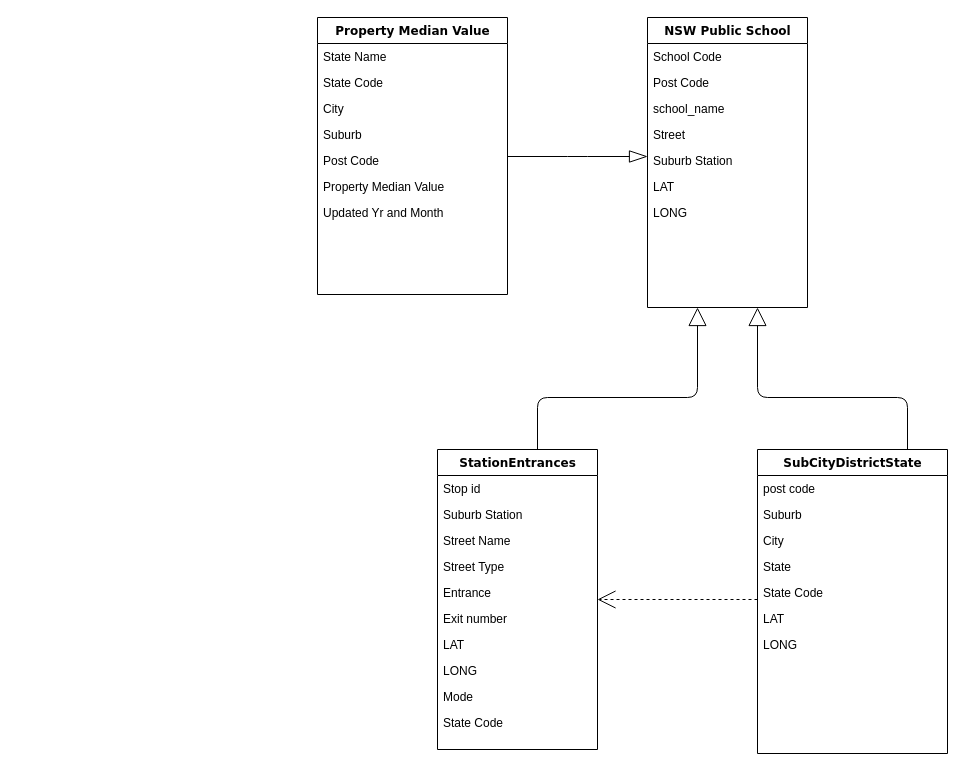
Earlier version of the draw.io diagram Untitled Diagram.drawio (slng09/industrial-connect-onboarding-task). Source tidied: cells renumbered, new cells numbered last; positions are measured from the earlier drawing's top-left corner, leaving out a move shared by most shapes. Both pictures are drawn from the tidied source at 100%, with x=0, y=0 at pixel (317, 17).
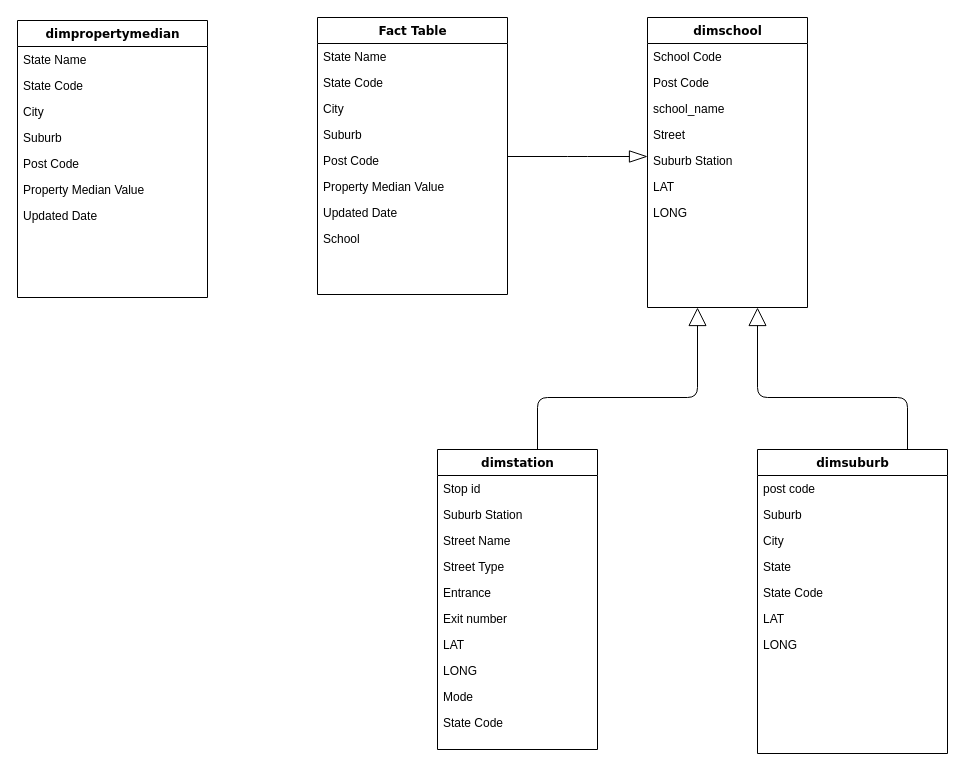
Above is the later version.

The edit, as a diff of the source:
```diff
@@
-    <mxCell id="3" value="Property Median Value" style="swimlane;html=1;fontStyle=1;align=center;verticalAlign=top;horizontal=1;startSize=26;swimlaneFillColor=#ffffff;rounded=0;shadow=0;comic=0;labelBackgroundColor=none;strokeWidth=1;fillColor=none;fontFamily=Verdana;fontSize=12;" parent="1" vertex="1">
+    <mxCell id="3" value="Fact Table" style="swimlane;html=1;fontStyle=1;align=center;verticalAlign=top;horizontal=1;startSize=26;swimlaneFillColor=#ffffff;rounded=0;shadow=0;comic=0;labelBackgroundColor=none;strokeWidth=1;fillColor=none;fontFamily=Verdana;fontSize=12;" parent="1" vertex="1">
       <mxGeometry width="190" height="277" as="geometry" />
     </mxCell>
@@
-    <mxCell id="10" value="Updated Yr and Month" style="text;html=1;strokeColor=none;fillColor=none;align=left;verticalAlign=top;spacingLeft=4;spacingRight=4;whiteSpace=wrap;overflow=hidden;" parent="3" vertex="1">
+    <mxCell id="10" value="Updated Date" style="text;html=1;strokeColor=none;fillColor=none;align=left;verticalAlign=top;spacingLeft=4;spacingRight=4;whiteSpace=wrap;overflow=hidden;" parent="3" vertex="1">
       <mxGeometry y="182" width="190" height="26" as="geometry" />
     </mxCell>
+    <mxCell id="41" value="School" style="text;html=1;strokeColor=none;fillColor=none;align=left;verticalAlign=top;spacingLeft=4;spacingRight=4;whiteSpace=wrap;overflow=hidden;" parent="3" vertex="1">
+      <mxGeometry y="208" width="190" height="26" as="geometry" />
+    </mxCell>
-    <mxCell id="11" value="NSW Public School" style="swimlane;html=1;fontStyle=1;align=center;verticalAlign=top;horizontal=1;startSize=26;swimlaneFillColor=#ffffff;rounded=0;shadow=0;comic=0;labelBackgroundColor=none;strokeWidth=1;fillColor=none;fontFamily=Verdana;fontSize=12;" parent="1" vertex="1">
+    <mxCell id="11" value="dimschool" style="swimlane;html=1;fontStyle=1;align=center;verticalAlign=top;horizontal=1;startSize=26;swimlaneFillColor=#ffffff;rounded=0;shadow=0;comic=0;labelBackgroundColor=none;strokeWidth=1;fillColor=none;fontFamily=Verdana;fontSize=12;" parent="1" vertex="1">
       <mxGeometry x="330" width="160" height="290" as="geometry" />
     </mxCell>
@@
-    <mxCell id="19" style="edgeStyle=elbowEdgeStyle;html=1;labelBackgroundColor=none;startFill=0;startSize=8;endArrow=open;endFill=0;endSize=16;fontFamily=Verdana;fontSize=12;elbow=vertical;dashed=1;" parent="1" edge="1" source="31" target="20">
-      <mxGeometry relative="1" as="geometry" />
-    </mxCell>
-    <mxCell id="20" value="StationEntrances" style="swimlane;html=1;fontStyle=1;align=center;verticalAlign=top;horizontal=1;startSize=26;swimlaneFillColor=#ffffff;rounded=0;shadow=0;comic=0;labelBackgroundColor=none;strokeWidth=1;fillColor=none;fontFamily=Verdana;fontSize=12;" parent="1" vertex="1">
+    <mxCell id="20" value="dimstation" style="swimlane;html=1;fontStyle=1;align=center;verticalAlign=top;horizontal=1;startSize=26;swimlaneFillColor=#ffffff;rounded=0;shadow=0;comic=0;labelBackgroundColor=none;strokeWidth=1;fillColor=none;fontFamily=Verdana;fontSize=12;" parent="1" vertex="1">
       <mxGeometry x="120" y="432" width="160" height="300" as="geometry" />
     </mxCell>
@@
-    <mxCell id="31" value="SubCityDistrictState" style="swimlane;html=1;fontStyle=1;align=center;verticalAlign=top;horizontal=1;startSize=26;swimlaneFillColor=#ffffff;rounded=0;shadow=0;comic=0;labelBackgroundColor=none;strokeWidth=1;fillColor=none;fontFamily=Verdana;fontSize=12;" parent="1" vertex="1">
+    <mxCell id="31" value="dimsuburb" style="swimlane;html=1;fontStyle=1;align=center;verticalAlign=top;horizontal=1;startSize=26;swimlaneFillColor=#ffffff;rounded=0;shadow=0;comic=0;labelBackgroundColor=none;strokeWidth=1;fillColor=none;fontFamily=Verdana;fontSize=12;" parent="1" vertex="1">
       <mxGeometry x="440" y="432" width="190" height="304" as="geometry" />
     </mxCell>
@@
+    <mxCell id="42" value="dimpropertymedian" style="swimlane;html=1;fontStyle=1;align=center;verticalAlign=top;horizontal=1;startSize=26;swimlaneFillColor=#ffffff;rounded=0;shadow=0;comic=0;labelBackgroundColor=none;strokeWidth=1;fillColor=none;fontFamily=Verdana;fontSize=12;" parent="1" vertex="1">
+      <mxGeometry x="-300" y="3" width="190" height="277" as="geometry" />
+    </mxCell>
+    <mxCell id="43" value="State Name" style="text;html=1;strokeColor=none;fillColor=none;align=left;verticalAlign=top;spacingLeft=4;spacingRight=4;whiteSpace=wrap;overflow=hidden;" parent="42" vertex="1">
+      <mxGeometry y="26" width="190" height="26" as="geometry" />
+    </mxCell>
+    <mxCell id="44" value="State Code" style="text;html=1;strokeColor=none;fillColor=none;align=left;verticalAlign=top;spacingLeft=4;spacingRight=4;whiteSpace=wrap;overflow=hidden;" parent="42" vertex="1">
+      <mxGeometry y="52" width="190" height="26" as="geometry" />
+    </mxCell>
+    <mxCell id="45" value="City&amp;nbsp;" style="text;html=1;strokeColor=none;fillColor=none;align=left;verticalAlign=top;spacingLeft=4;spacingRight=4;whiteSpace=wrap;overflow=hidden;" parent="42" vertex="1">
+      <mxGeometry y="78" width="190" height="26" as="geometry" />
+    </mxCell>
+    <mxCell id="46" value="Suburb" style="text;html=1;strokeColor=none;fillColor=none;align=left;verticalAlign=top;spacingLeft=4;spacingRight=4;whiteSpace=wrap;overflow=hidden;" parent="42" vertex="1">
+      <mxGeometry y="104" width="190" height="26" as="geometry" />
+    </mxCell>
+    <mxCell id="47" value="Post Code" style="text;html=1;strokeColor=none;fillColor=none;align=left;verticalAlign=top;spacingLeft=4;spacingRight=4;whiteSpace=wrap;overflow=hidden;" parent="42" vertex="1">
+      <mxGeometry y="130" width="190" height="26" as="geometry" />
+    </mxCell>
+    <mxCell id="48" value="Property Median Value" style="text;html=1;strokeColor=none;fillColor=none;align=left;verticalAlign=top;spacingLeft=4;spacingRight=4;whiteSpace=wrap;overflow=hidden;" parent="42" vertex="1">
+      <mxGeometry y="156" width="190" height="26" as="geometry" />
+    </mxCell>
+    <mxCell id="49" value="Updated Date" style="text;html=1;strokeColor=none;fillColor=none;align=left;verticalAlign=top;spacingLeft=4;spacingRight=4;whiteSpace=wrap;overflow=hidden;" parent="42" vertex="1">
+      <mxGeometry y="182" width="190" height="26" as="geometry" />
+    </mxCell>
```
